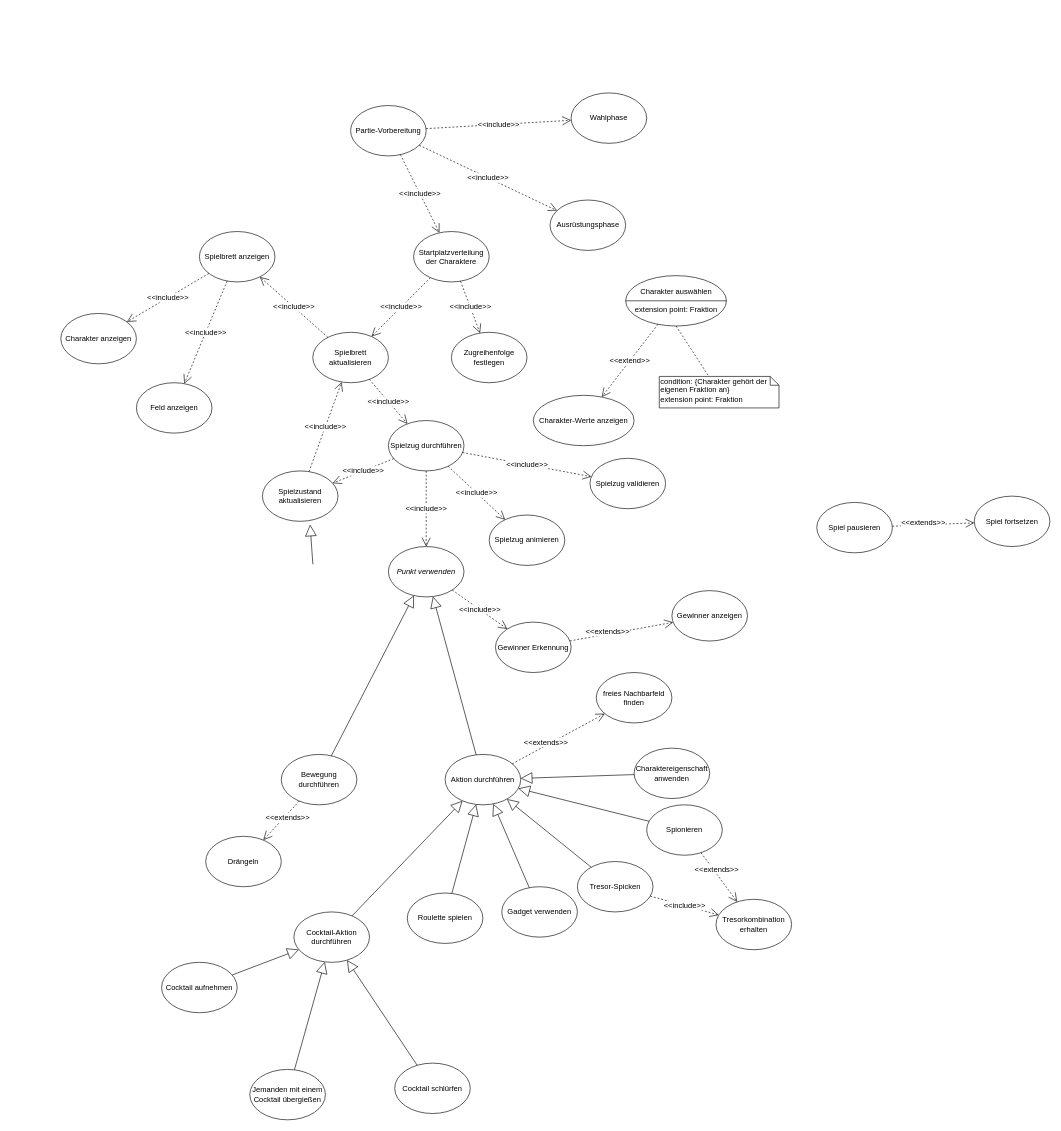
Above: Meilenstein02/use_case_gamesession.drawio in SoPra-Team-17/Meilensteine (draw.io), before the change. Source tidied: cells renumbered, new cells numbered last; positions are measured from the earlier drawing's top-left corner, leaving out a move shared by most shapes. Both pictures are drawn from the tidied source at 63%, with x=0, y=0 at pixel (60, 93).
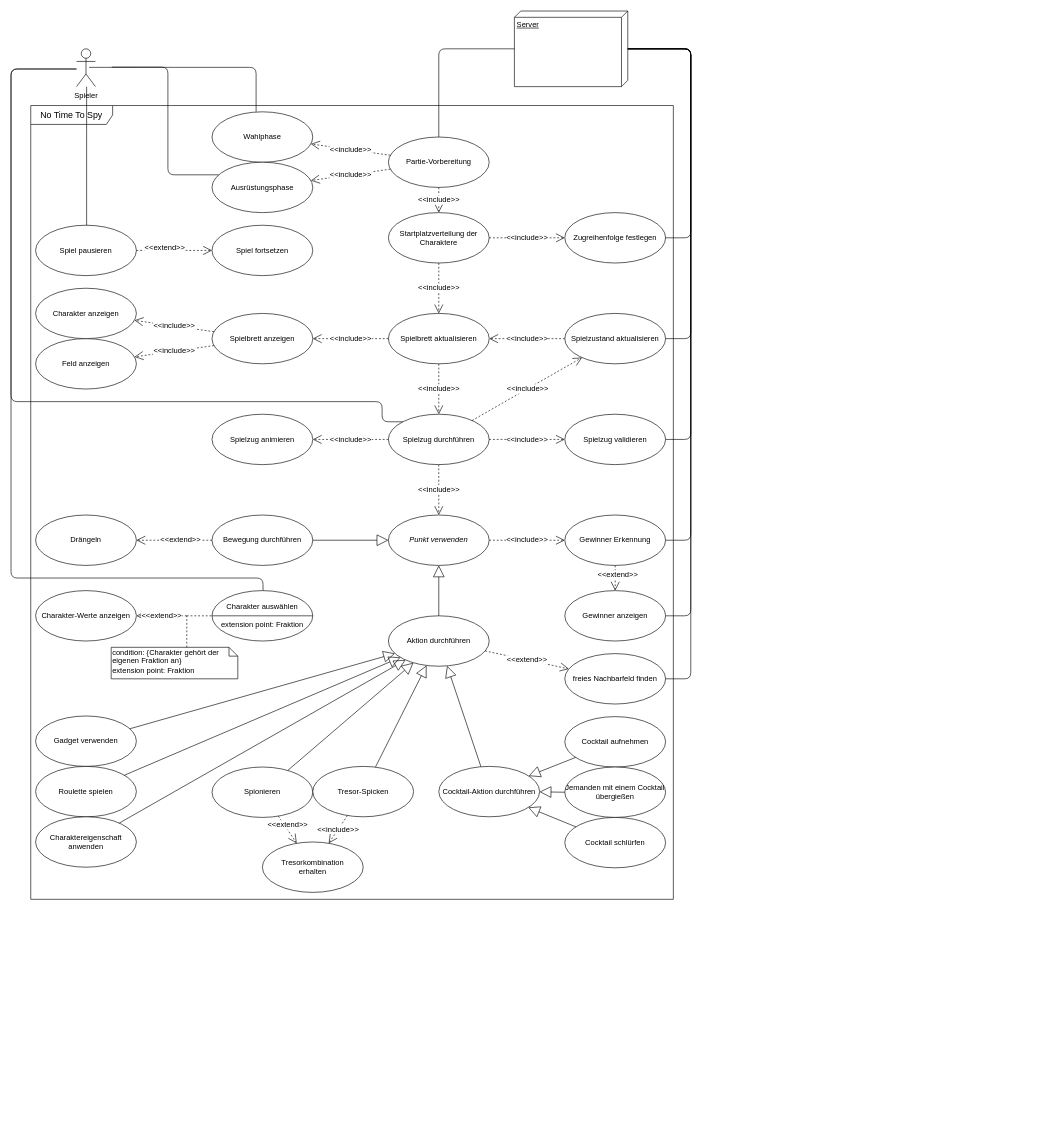
The same diagram, later.

Commit message (it also covers changes not shown here):
#8 Anwendungsdiagramm Spielpartie fertiggestellt.

Change to the diagram source:
```diff
@@
+    <mxCell id="73" value="&lt;font style=&quot;font-size: 14px&quot;&gt;No Time To Spy&lt;/font&gt;" style="shape=umlFrame;whiteSpace=wrap;html=1;width=130;height=30;" parent="1" vertex="1">
+      <mxGeometry x="-47.7" y="20" width="1020" height="1260" as="geometry" />
+    </mxCell>
     <mxCell id="2" value="Partie-Vorbereitung" style="ellipse;whiteSpace=wrap;html=1;" parent="1" vertex="1">
-      <mxGeometry x="460" y="20" width="120" height="80" as="geometry" />
+      <mxGeometry x="520" y="70" width="160" height="80" as="geometry" />
     </mxCell>
     <mxCell id="3" value="Wahlphase" style="ellipse;whiteSpace=wrap;html=1;" parent="1" vertex="1">
-      <mxGeometry x="810" width="120" height="80" as="geometry" />
+      <mxGeometry x="240" y="30" width="160" height="80" as="geometry" />
     </mxCell>
@@
     <mxCell id="5" value="Ausrüstungsphase" style="ellipse;whiteSpace=wrap;html=1;" parent="1" vertex="1">
-      <mxGeometry x="776.6" y="170" width="120" height="80" as="geometry" />
+      <mxGeometry x="240" y="110" width="160" height="80" as="geometry" />
     </mxCell>
@@
     <mxCell id="7" value="Startplatzverteilung der Charaktere" style="ellipse;whiteSpace=wrap;html=1;" parent="1" vertex="1">
-      <mxGeometry x="560" y="220" width="120" height="80" as="geometry" />
+      <mxGeometry x="520" y="190" width="160" height="80" as="geometry" />
     </mxCell>
@@
     <mxCell id="9" value="&lt;div&gt;Spielzug durchführen&lt;/div&gt;" style="ellipse;whiteSpace=wrap;html=1;" parent="1" vertex="1">
-      <mxGeometry x="520" y="520" width="120" height="80" as="geometry" />
+      <mxGeometry x="520" y="510" width="160" height="80" as="geometry" />
     </mxCell>
     <mxCell id="10" value="&lt;i&gt;Punkt verwenden&lt;/i&gt;" style="ellipse;whiteSpace=wrap;html=1;" parent="1" vertex="1">
-      <mxGeometry x="520" y="720" width="120" height="80" as="geometry" />
+      <mxGeometry x="520" y="670" width="160" height="80" as="geometry" />
     </mxCell>
@@
     <mxCell id="12" value="Bewegung durchführen" style="ellipse;whiteSpace=wrap;html=1;" parent="1" vertex="1">
-      <mxGeometry x="350" y="1050" width="120" height="80" as="geometry" />
+      <mxGeometry x="240" y="670" width="160" height="80" as="geometry" />
     </mxCell>
     <mxCell id="13" value="Aktion durchführen" style="ellipse;whiteSpace=wrap;html=1;" parent="1" vertex="1">
-      <mxGeometry x="610" y="1050" width="120" height="80" as="geometry" />
+      <mxGeometry x="520" y="830" width="160" height="80" as="geometry" />
     </mxCell>
@@
     <mxCell id="16" value="Gadget verwenden" style="ellipse;whiteSpace=wrap;html=1;" parent="1" vertex="1">
-      <mxGeometry x="700" y="1260" width="120" height="80" as="geometry" />
+      <mxGeometry x="-40" y="989" width="160" height="80" as="geometry" />
     </mxCell>
@@
     <mxCell id="18" value="Roulette spielen" style="ellipse;whiteSpace=wrap;html=1;" parent="1" vertex="1">
-      <mxGeometry x="550" y="1270" width="120" height="80" as="geometry" />
+      <mxGeometry x="-40" y="1069" width="160" height="80" as="geometry" />
     </mxCell>
@@
     <mxCell id="20" value="Cocktail-Aktion durchführen" style="ellipse;whiteSpace=wrap;html=1;" parent="1" vertex="1">
-      <mxGeometry x="370" y="1300" width="120" height="80" as="geometry" />
+      <mxGeometry x="600" y="1069" width="160" height="80" as="geometry" />
     </mxCell>
@@
     <mxCell id="22" value="Cocktail aufnehmen" style="ellipse;whiteSpace=wrap;html=1;" parent="1" vertex="1">
-      <mxGeometry x="160" y="1380" width="120" height="80" as="geometry" />
+      <mxGeometry x="800" y="990" width="160" height="80" as="geometry" />
     </mxCell>
@@
     <mxCell id="24" value="Jemanden mit einem Cocktail übergießen" style="ellipse;whiteSpace=wrap;html=1;" parent="1" vertex="1">
-      <mxGeometry x="300" y="1550" width="120" height="80" as="geometry" />
+      <mxGeometry x="800" y="1070" width="160" height="80" as="geometry" />
     </mxCell>
@@
     <mxCell id="26" value="Cocktail schlürfen" style="ellipse;whiteSpace=wrap;html=1;" parent="1" vertex="1">
-      <mxGeometry x="530" y="1540" width="120" height="80" as="geometry" />
+      <mxGeometry x="800" y="1150" width="160" height="80" as="geometry" />
     </mxCell>
@@
     <mxCell id="28" value="Spionieren" style="ellipse;whiteSpace=wrap;html=1;" parent="1" vertex="1">
-      <mxGeometry x="930" y="1130" width="120" height="80" as="geometry" />
+      <mxGeometry x="240" y="1070" width="160" height="80" as="geometry" />
     </mxCell>
@@
     <mxCell id="30" value="Tresor-Spicken" style="ellipse;whiteSpace=wrap;html=1;" parent="1" vertex="1">
-      <mxGeometry x="820" y="1220" width="120" height="80" as="geometry" />
+      <mxGeometry x="400" y="1069" width="160" height="80" as="geometry" />
     </mxCell>
@@
     <mxCell id="32" value="Drängeln" style="ellipse;whiteSpace=wrap;html=1;" parent="1" vertex="1">
-      <mxGeometry x="230" y="1180" width="120" height="80" as="geometry" />
+      <mxGeometry x="-40" y="670" width="160" height="80" as="geometry" />
     </mxCell>
-    <mxCell id="33" value="&lt;font style=&quot;font-size: 12px&quot;&gt;&amp;lt;&amp;lt;extends&amp;gt;&amp;gt;&lt;/font&gt;" style="endArrow=open;endSize=12;dashed=1;html=1;" parent="1" edge="1" source="12" target="32">
-      <mxGeometry x="-0.25" y="4" relative="1" as="geometry" />
+    <mxCell id="33" value="&lt;font style=&quot;font-size: 12px&quot;&gt;&amp;lt;&amp;lt;extend&amp;gt;&amp;gt;&lt;/font&gt;" style="endArrow=open;endSize=12;dashed=1;html=1;" parent="1" edge="1" source="12" target="32">
+      <mxGeometry x="-0.17" relative="1" as="geometry" />
     </mxCell>
     <mxCell id="34" value="Charaktereigenschaft anwenden" style="ellipse;whiteSpace=wrap;html=1;" parent="1" vertex="1">
-      <mxGeometry x="910" y="1040" width="120" height="80" as="geometry" />
+      <mxGeometry x="-40" y="1149" width="160" height="80" as="geometry" />
     </mxCell>
@@
     <mxCell id="36" value="Spiel pausieren" style="ellipse;whiteSpace=wrap;html=1;" parent="1" vertex="1">
-      <mxGeometry x="1200" y="650" width="120" height="80" as="geometry" />
+      <mxGeometry x="-40" y="210" width="160" height="80" as="geometry" />
     </mxCell>
     <mxCell id="37" value="Spiel fortsetzen" style="ellipse;whiteSpace=wrap;html=1;" parent="1" vertex="1">
-      <mxGeometry x="1450" y="640" width="120" height="80" as="geometry" />
+      <mxGeometry x="240" y="210" width="160" height="80" as="geometry" />
     </mxCell>
-    <mxCell id="38" value="&lt;font style=&quot;font-size: 12px&quot;&gt;&amp;lt;&amp;lt;extends&amp;gt;&amp;gt;&lt;/font&gt;" style="endArrow=open;endSize=12;dashed=1;html=1;" parent="1" edge="1" source="36" target="37">
+    <mxCell id="38" value="&lt;font style=&quot;font-size: 12px&quot;&gt;&amp;lt;&amp;lt;extend&amp;gt;&amp;gt;&lt;/font&gt;" style="endArrow=open;endSize=12;dashed=1;html=1;" parent="1" edge="1" source="36" target="37">
       <mxGeometry x="-0.25" y="4" relative="1" as="geometry" />
     </mxCell>
     <mxCell id="39" value="Gewinner Erkennung" style="ellipse;whiteSpace=wrap;html=1;" parent="1" vertex="1">
-      <mxGeometry x="690" y="840" width="120" height="80" as="geometry" />
+      <mxGeometry x="800" y="670" width="160" height="80" as="geometry" />
     </mxCell>
     <mxCell id="40" value="Spielbrett anzeigen" style="ellipse;whiteSpace=wrap;html=1;" parent="1" vertex="1">
-      <mxGeometry x="220" y="220" width="120" height="80" as="geometry" />
+      <mxGeometry x="240" y="350" width="160" height="80" as="geometry" />
     </mxCell>
@@
     <mxCell id="42" value="Feld anzeigen" style="ellipse;whiteSpace=wrap;html=1;" parent="1" vertex="1">
-      <mxGeometry x="120" y="460" width="120" height="80" as="geometry" />
+      <mxGeometry x="-40" y="390" width="160" height="80" as="geometry" />
     </mxCell>
@@
     <mxCell id="44" value="Charakter anzeigen" style="ellipse;whiteSpace=wrap;html=1;" parent="1" vertex="1">
-      <mxGeometry y="350" width="120" height="80" as="geometry" />
+      <mxGeometry x="-40" y="310" width="160" height="80" as="geometry" />
     </mxCell>
-    <mxCell id="45" style="endArrow=block;endSize=16;endFill=0;html=1;" parent="1" edge="1">
-      <mxGeometry x="-0.12" y="-10" relative="1" as="geometry">
-        <mxPoint x="400.1" y="748.2" as="sourcePoint" />
-        <mxPoint x="395.7" y="685.1" as="targetPoint" />
-      </mxGeometry>
-    </mxCell>
     <mxCell id="46" value="&lt;div&gt;Spielzug animieren&lt;/div&gt;" style="ellipse;whiteSpace=wrap;html=1;" parent="1" vertex="1">
-      <mxGeometry x="680" y="670" width="120" height="80" as="geometry" />
+      <mxGeometry x="240" y="510" width="160" height="80" as="geometry" />
     </mxCell>
@@
     <mxCell id="49" value="&lt;div&gt;Tresorkombination&lt;/div&gt;&lt;div&gt;erhalten&lt;br&gt;&lt;/div&gt;" style="ellipse;whiteSpace=wrap;html=1;" parent="1" vertex="1">
-      <mxGeometry x="1040" y="1280" width="120" height="80" as="geometry" />
+      <mxGeometry x="320" y="1189" width="160" height="80" as="geometry" />
     </mxCell>
-    <mxCell id="50" value="&lt;font style=&quot;font-size: 12px&quot;&gt;&amp;lt;&amp;lt;extends&amp;gt;&amp;gt;&lt;/font&gt;" style="endArrow=open;endSize=12;dashed=1;html=1;" parent="1" edge="1" source="28" target="49">
+    <mxCell id="50" value="&lt;font style=&quot;font-size: 12px&quot;&gt;&amp;lt;&amp;lt;extend&amp;gt;&amp;gt;&lt;/font&gt;" style="endArrow=open;endSize=12;dashed=1;html=1;" parent="1" edge="1" source="28" target="49">
       <mxGeometry x="-0.25" y="4" relative="1" as="geometry" />
     </mxCell>
@@
     <mxCell id="52" value="Spielzug validieren" style="ellipse;whiteSpace=wrap;html=1;" parent="1" vertex="1">
-      <mxGeometry x="840" y="580" width="120" height="80" as="geometry" />
+      <mxGeometry x="800" y="510" width="160" height="80" as="geometry" />
     </mxCell>
@@
     <mxCell id="54" value="Spielzustand aktualisieren" style="ellipse;whiteSpace=wrap;html=1;" parent="1" vertex="1">
-      <mxGeometry x="320" y="600" width="120" height="80" as="geometry" />
+      <mxGeometry x="800" y="350" width="160" height="80" as="geometry" />
     </mxCell>
@@
     <mxCell id="56" value="Spielbrett aktualisieren" style="ellipse;whiteSpace=wrap;html=1;" parent="1" vertex="1">
-      <mxGeometry x="400" y="380" width="120" height="80" as="geometry" />
+      <mxGeometry x="520" y="350" width="160" height="80" as="geometry" />
     </mxCell>
@@
     <mxCell id="61" value="&lt;div&gt;Charakter auswählen&lt;/div&gt;&lt;div&gt;&lt;br&gt;&lt;/div&gt;&lt;div&gt;extension point: Fraktion&lt;br&gt;&lt;/div&gt;" style="ellipse;whiteSpace=wrap;html=1;" parent="1" vertex="1">
-      <mxGeometry x="896.6" y="290" width="160" height="80" as="geometry" />
+      <mxGeometry x="240" y="790" width="160" height="80" as="geometry" />
     </mxCell>
     <mxCell id="62" value="Charakter-Werte anzeigen" style="ellipse;whiteSpace=wrap;html=1;" parent="1" vertex="1">
-      <mxGeometry x="750" y="480" width="160" height="80" as="geometry" />
+      <mxGeometry x="-40" y="790" width="160" height="80" as="geometry" />
     </mxCell>
-    <mxCell id="63" value="&lt;font style=&quot;font-size: 12px&quot;&gt;&amp;lt;&amp;lt;extend&amp;gt;&amp;gt;&lt;/font&gt;" style="endArrow=open;endSize=12;dashed=1;html=1;" parent="1" edge="1" source="61" target="62">
+    <mxCell id="63" value="&lt;font style=&quot;font-size: 12px&quot;&gt;&amp;lt;&amp;lt;extend&amp;gt;&amp;gt;&lt;/font&gt;" style="endArrow=open;endSize=12;dashed=1;html=1;" parent="1" edge="1" source="83" target="62">
       <mxGeometry relative="1" as="geometry" />
     </mxCell>
-    <mxCell id="64" style="endArrow=none;endSize=12;dashed=1;html=1;endFill=0;exitX=0.5;exitY=1;exitDx=0;exitDy=0;" parent="1" edge="1" source="61" target="65">
-      <mxGeometry x="0.75" y="60" relative="1" as="geometry" />
-    </mxCell>
     <mxCell id="65" value="&lt;div&gt;condition: {Charakter gehört der eigenen Fraktion an}&lt;/div&gt;&lt;div&gt;extension point: Fraktion&lt;br&gt;&lt;/div&gt;" style="shape=note;whiteSpace=wrap;html=1;size=14;verticalAlign=top;align=left;spacingTop=-6;" parent="1" vertex="1">
-      <mxGeometry x="950" y="450" width="190" height="50" as="geometry" />
+      <mxGeometry x="80" y="880" width="201" height="50" as="geometry" />
     </mxCell>
@@
     <mxCell id="67" value="Zugreihenfolge festlegen" style="ellipse;whiteSpace=wrap;html=1;" parent="1" vertex="1">
-      <mxGeometry x="620" y="380" width="120" height="80" as="geometry" />
+      <mxGeometry x="800" y="190" width="160" height="80" as="geometry" />
     </mxCell>
@@
-    <mxCell id="69" value="&lt;font style=&quot;font-size: 12px&quot;&gt;&amp;lt;&amp;lt;extends&amp;gt;&amp;gt;&lt;/font&gt;" style="endArrow=open;endSize=12;dashed=1;html=1;" parent="1" edge="1" source="13" target="70">
-      <mxGeometry x="-0.25" y="4" relative="1" as="geometry" />
+    <mxCell id="69" value="&lt;font style=&quot;font-size: 12px&quot;&gt;&amp;lt;&amp;lt;extend&amp;gt;&amp;gt;&lt;/font&gt;" style="endArrow=open;endSize=12;dashed=1;html=1;" parent="1" edge="1" source="13" target="70">
+      <mxGeometry relative="1" as="geometry" />
     </mxCell>
     <mxCell id="70" value="freies Nachbarfeld finden" style="ellipse;whiteSpace=wrap;html=1;" parent="1" vertex="1">
-      <mxGeometry x="850" y="920" width="120" height="80" as="geometry" />
+      <mxGeometry x="800" y="890" width="160" height="80" as="geometry" />
     </mxCell>
     <mxCell id="71" value="Gewinner anzeigen" style="ellipse;whiteSpace=wrap;html=1;" parent="1" vertex="1">
-      <mxGeometry x="970" y="790" width="120" height="80" as="geometry" />
+      <mxGeometry x="800" y="790" width="160" height="80" as="geometry" />
     </mxCell>
-    <mxCell id="72" value="&lt;font style=&quot;font-size: 12px&quot;&gt;&amp;lt;&amp;lt;extends&amp;gt;&amp;gt;&lt;/font&gt;" style="endArrow=open;endSize=12;dashed=1;html=1;" parent="1" edge="1" source="39" target="71">
+    <mxCell id="72" value="&lt;font style=&quot;font-size: 12px&quot;&gt;&amp;lt;&amp;lt;extend&amp;gt;&amp;gt;&lt;/font&gt;" style="endArrow=open;endSize=12;dashed=1;html=1;" parent="1" edge="1" source="39" target="71">
       <mxGeometry x="-0.25" y="4" relative="1" as="geometry" />
     </mxCell>
+    <mxCell id="74" value="Server" style="verticalAlign=top;align=left;spacingTop=8;spacingLeft=2;spacingRight=12;shape=cube;size=10;direction=south;fontStyle=4;html=1;" parent="1" vertex="1">
+      <mxGeometry x="720" y="-130" width="180" height="120" as="geometry" />
+    </mxCell>
+    <mxCell id="75" value="Spieler" style="shape=umlActor;verticalLabelPosition=bottom;labelBackgroundColor=#ffffff;verticalAlign=top;html=1;outlineConnect=0;" parent="1" vertex="1">
+      <mxGeometry x="25" y="-70" width="30" height="60" as="geometry" />
+    </mxCell>
+    <mxCell id="76" style="endArrow=none;html=1;edgeStyle=orthogonalEdgeStyle;" parent="1" edge="1" source="74" target="67">
+      <mxGeometry relative="1" as="geometry">
+        <Array as="points">
+          <mxPoint x="1000" y="-70" />
+          <mxPoint x="1000" y="230" />
+        </Array>
+      </mxGeometry>
+    </mxCell>
+    <mxCell id="77" style="endArrow=none;html=1;edgeStyle=orthogonalEdgeStyle;" parent="1" edge="1" source="74" target="54">
+      <mxGeometry relative="1" as="geometry">
+        <Array as="points">
+          <mxPoint x="1000" y="-70" />
+          <mxPoint x="1000" y="390" />
+        </Array>
+      </mxGeometry>
+    </mxCell>
+    <mxCell id="78" style="endArrow=none;html=1;edgeStyle=orthogonalEdgeStyle;" parent="1" edge="1" source="74" target="52">
+      <mxGeometry relative="1" as="geometry">
+        <Array as="points">
+          <mxPoint x="1000" y="-70" />
+          <mxPoint x="1000" y="550" />
+        </Array>
+      </mxGeometry>
+    </mxCell>
+    <mxCell id="79" style="endArrow=none;html=1;edgeStyle=orthogonalEdgeStyle;" parent="1" edge="1" source="74" target="39">
+      <mxGeometry relative="1" as="geometry">
+        <Array as="points">
+          <mxPoint x="1000" y="-70" />
+          <mxPoint x="1000" y="710" />
+        </Array>
+      </mxGeometry>
+    </mxCell>
+    <mxCell id="80" style="endArrow=none;html=1;edgeStyle=orthogonalEdgeStyle;" parent="1" edge="1" source="74" target="71">
+      <mxGeometry relative="1" as="geometry">
+        <Array as="points">
+          <mxPoint x="1000" y="-70" />
+          <mxPoint x="1000" y="830" />
+        </Array>
+      </mxGeometry>
+    </mxCell>
+    <mxCell id="81" style="endArrow=none;html=1;edgeStyle=orthogonalEdgeStyle;" parent="1" edge="1" source="74" target="2">
+      <mxGeometry relative="1" as="geometry" />
+    </mxCell>
+    <mxCell id="82" style="endArrow=none;html=1;edgeStyle=orthogonalEdgeStyle;" parent="1" edge="1" source="5">
+      <mxGeometry relative="1" as="geometry">
+        <mxPoint x="81" y="-41" as="targetPoint" />
+        <Array as="points">
+          <mxPoint x="170" y="130" />
+          <mxPoint x="170" y="-41" />
+          <mxPoint x="141" y="-41" />
+        </Array>
+      </mxGeometry>
+    </mxCell>
+    <mxCell id="83" style="ellipse;whiteSpace=wrap;html=1;" parent="1" vertex="1">
+      <mxGeometry x="200" y="830" as="geometry" />
+    </mxCell>
+    <mxCell id="84" style="endArrow=none;dashed=1;html=1;" parent="1" edge="1" source="83" target="61">
+      <mxGeometry relative="1" as="geometry" />
+    </mxCell>
+    <mxCell id="85" style="endArrow=none;dashed=1;html=1;exitX=0.597;exitY=0.003;exitDx=0;exitDy=0;exitPerimeter=0;" parent="1" edge="1" source="65" target="83">
+      <mxGeometry relative="1" as="geometry" />
+    </mxCell>
+    <mxCell id="86" style="endArrow=none;html=1;edgeStyle=orthogonalEdgeStyle;" parent="1" edge="1" source="36" target="75">
+      <mxGeometry relative="1" as="geometry">
+        <Array as="points">
+          <mxPoint x="41" y="60" />
+          <mxPoint x="41" y="60" />
+        </Array>
+      </mxGeometry>
+    </mxCell>
+    <mxCell id="87" style="endArrow=none;html=1;edgeStyle=orthogonalEdgeStyle;" parent="1" edge="1" source="9" target="75">
+      <mxGeometry relative="1" as="geometry">
+        <Array as="points">
+          <mxPoint x="510" y="522" />
+          <mxPoint x="510" y="490" />
+          <mxPoint x="-79" y="490" />
+          <mxPoint x="-79" y="-38" />
+        </Array>
+      </mxGeometry>
+    </mxCell>
+    <mxCell id="88" style="endArrow=none;html=1;edgeStyle=orthogonalEdgeStyle;" parent="1" edge="1" source="61" target="75">
+      <mxGeometry relative="1" as="geometry">
+        <Array as="points">
+          <mxPoint x="321" y="770" />
+          <mxPoint x="-79" y="770" />
+          <mxPoint x="-79" y="-38" />
+        </Array>
+      </mxGeometry>
+    </mxCell>
+    <mxCell id="89" style="endArrow=none;html=1;edgeStyle=orthogonalEdgeStyle;" parent="1" edge="1" source="74" target="70">
+      <mxGeometry relative="1" as="geometry">
+        <Array as="points">
+          <mxPoint x="1000" y="-70" />
+          <mxPoint x="1000" y="930" />
+        </Array>
+      </mxGeometry>
+    </mxCell>
+    <mxCell id="90" style="endArrow=none;html=1;edgeStyle=orthogonalEdgeStyle;" parent="1" edge="1">
+      <mxGeometry relative="1" as="geometry">
+        <mxPoint x="310" y="29.9" as="sourcePoint" />
+        <mxPoint x="45" y="-40.6" as="targetPoint" />
+        <Array as="points">
+          <mxPoint x="310" y="-41" />
+        </Array>
+      </mxGeometry>
+    </mxCell>
```
